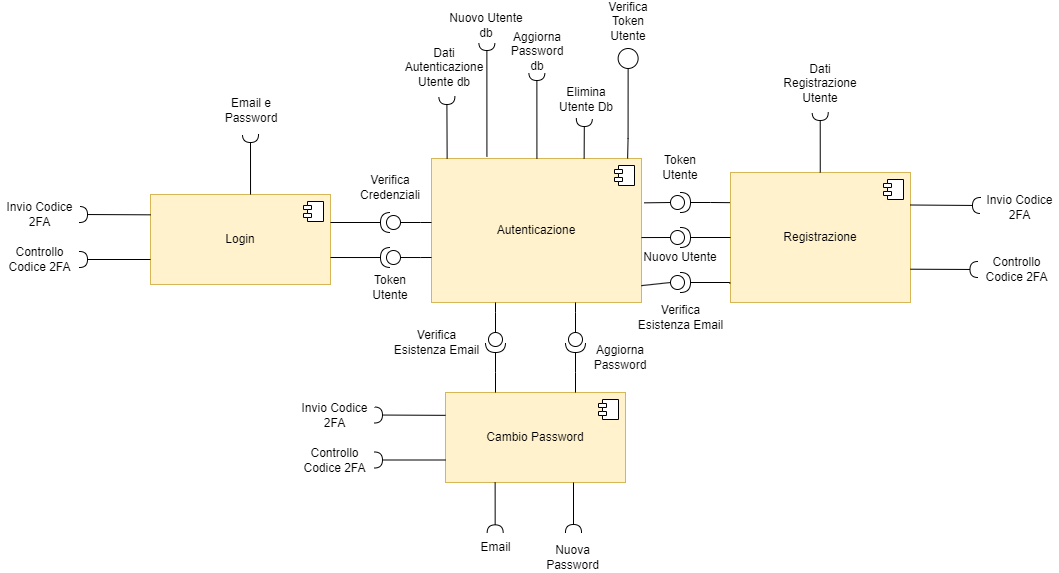
Above: second-deliverable/images/autenticazione_diagramma_dei_componenti.png in IS-FixMi/Documentation-Source (draw.io), before the change. Source tidied: cells renumbered, new cells last; positions are measured from the earlier drawing's top-left corner, leaving out a move shared by most shapes.
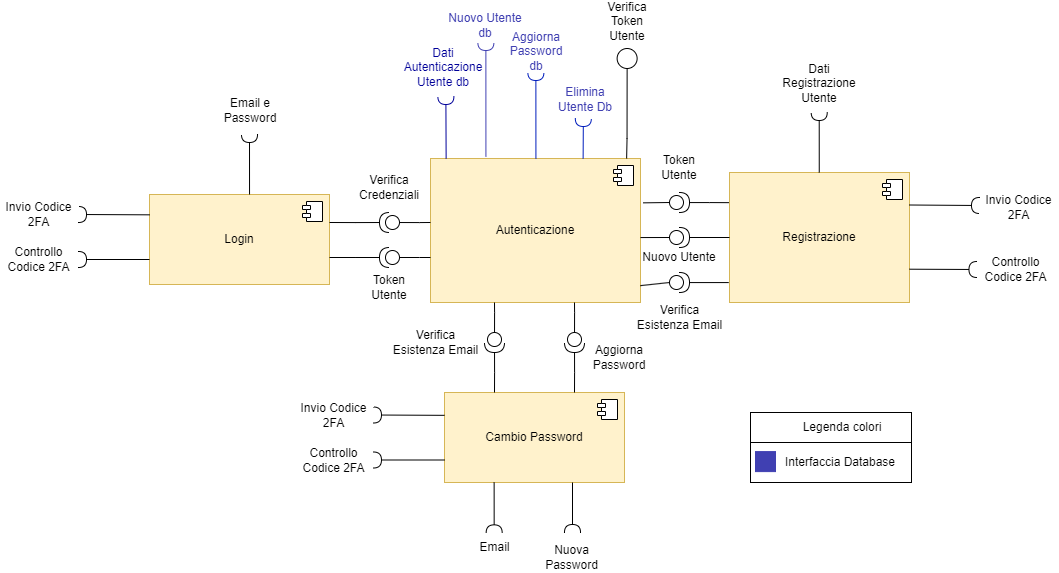
After the change.

Commit message:
Completate descrizioni UCD, Modificato diagramma di contesto

What changed in the source:
```diff
@@ -46,13 +46,13 @@
     <mxCell id="13" value="Token Utente" style="text;html=1;strokeColor=none;fillColor=none;align=center;verticalAlign=middle;whiteSpace=wrap;rounded=0;" parent="1" vertex="1">
       <mxGeometry x="650" y="146" width="60" height="30" as="geometry" />
     </mxCell>
-    <mxCell id="14" style="rounded=0;orthogonalLoop=1;jettySize=auto;html=1;endArrow=halfCircle;endFill=0;endSize=6;strokeWidth=1;sketch=0;fontSize=12;curved=1;" parent="1" edge="1">
+    <mxCell id="14" style="rounded=0;orthogonalLoop=1;jettySize=auto;html=1;endArrow=halfCircle;endFill=0;endSize=6;strokeWidth=1;sketch=0;fontSize=12;curved=1;fillColor=#0050ef;strokeColor=#000099;" parent="1" edge="1">
       <mxGeometry relative="1" as="geometry">
         <mxPoint x="446.6" y="152" as="sourcePoint" />
         <mxPoint x="446.4" y="90" as="targetPoint" />
       </mxGeometry>
     </mxCell>
-    <mxCell id="15" value="Dati&lt;br&gt;Autenticazione&lt;br&gt;Utente db" style="text;html=1;strokeColor=none;fillColor=none;align=center;verticalAlign=middle;whiteSpace=wrap;rounded=0;" parent="1" vertex="1">
+    <mxCell id="15" value="Dati&lt;br&gt;Autenticazione&lt;br&gt;Utente db" style="text;html=1;align=center;verticalAlign=middle;whiteSpace=wrap;rounded=0;fontColor=#000099;" parent="1" vertex="1">
       <mxGeometry x="403.9" y="42" width="80" height="38" as="geometry" />
     </mxCell>
     <mxCell id="16" style="edgeStyle=orthogonalEdgeStyle;rounded=0;jettySize=auto;html=1;endArrow=none;endFill=0;" parent="1" edge="1" source="18">
@@ -248,22 +248,22 @@
     <mxCell id="61" value="Verifica Token Utente" style="text;html=1;strokeColor=none;fillColor=none;align=center;verticalAlign=middle;whiteSpace=wrap;rounded=0;" parent="1" vertex="1">
       <mxGeometry x="597.6" width="60" height="30" as="geometry" />
     </mxCell>
-    <mxCell id="62" style="rounded=0;orthogonalLoop=1;jettySize=auto;html=1;endArrow=halfCircle;endFill=0;endSize=6;strokeWidth=1;sketch=0;fontSize=12;curved=1;exitX=0.328;exitY=0;exitDx=0;exitDy=0;exitPerimeter=0;" parent="1" edge="1">
+    <mxCell id="62" style="rounded=0;orthogonalLoop=1;jettySize=auto;html=1;endArrow=halfCircle;endFill=0;endSize=6;strokeWidth=1;sketch=0;fontSize=12;curved=1;exitX=0.328;exitY=0;exitDx=0;exitDy=0;exitPerimeter=0;fillColor=#0050ef;strokeColor=#4040b2;" parent="1" edge="1">
       <mxGeometry relative="1" as="geometry">
         <mxPoint x="486.4" y="150" as="sourcePoint" />
         <mxPoint x="486.4" y="36" as="targetPoint" />
       </mxGeometry>
     </mxCell>
-    <mxCell id="63" value="Nuovo Utente db" style="text;html=1;strokeColor=none;fillColor=none;align=center;verticalAlign=middle;whiteSpace=wrap;rounded=0;" parent="1" vertex="1">
+    <mxCell id="63" value="Nuovo Utente db" style="text;html=1;strokeColor=none;fillColor=none;align=center;verticalAlign=middle;whiteSpace=wrap;rounded=0;fontColor=#4040B2;" parent="1" vertex="1">
       <mxGeometry x="446.4" width="80" height="38" as="geometry" />
     </mxCell>
-    <mxCell id="64" style="rounded=0;orthogonalLoop=1;jettySize=auto;html=1;endArrow=halfCircle;endFill=0;endSize=6;strokeWidth=1;sketch=0;fontSize=12;curved=1;exitX=0.328;exitY=0;exitDx=0;exitDy=0;exitPerimeter=0;" parent="1" edge="1">
+    <mxCell id="64" style="rounded=0;orthogonalLoop=1;jettySize=auto;html=1;endArrow=halfCircle;endFill=0;endSize=6;strokeWidth=1;sketch=0;fontSize=12;curved=1;exitX=0.328;exitY=0;exitDx=0;exitDy=0;exitPerimeter=0;fillColor=#0050ef;strokeColor=#001DBC;" parent="1" edge="1">
       <mxGeometry relative="1" as="geometry">
         <mxPoint x="536.4" y="152" as="sourcePoint" />
         <mxPoint x="536.4" y="66" as="targetPoint" />
       </mxGeometry>
     </mxCell>
-    <mxCell id="65" value="Aggiorna&lt;br&gt;Password&lt;br&gt;db" style="text;html=1;strokeColor=none;fillColor=none;align=center;verticalAlign=middle;whiteSpace=wrap;rounded=0;" parent="1" vertex="1">
+    <mxCell id="65" value="Aggiorna&lt;br&gt;Password&lt;br&gt;db" style="text;html=1;strokeColor=none;fillColor=none;align=center;verticalAlign=middle;whiteSpace=wrap;rounded=0;fontColor=#4040B2;" parent="1" vertex="1">
       <mxGeometry x="497.4" y="26" width="80" height="38" as="geometry" />
     </mxCell>
     <mxCell id="66" style="endArrow=none;html=1;rounded=0;exitX=0;exitY=0.5;exitDx=0;exitDy=0;exitPerimeter=0;entryX=1.012;entryY=0.308;entryDx=0;entryDy=0;entryPerimeter=0;" parent="1" edge="1" source="11" target="2">
@@ -275,14 +275,31 @@
     <mxCell id="68" style="endArrow=none;html=1;rounded=0;entryX=0;entryY=0.5;entryDx=0;entryDy=0;entryPerimeter=0;exitX=0.999;exitY=0.883;exitDx=0;exitDy=0;exitPerimeter=0;" parent="1" edge="1" source="2" target="23">
       <mxGeometry relative="1" as="geometry" />
     </mxCell>
-    <mxCell id="69" style="rounded=0;orthogonalLoop=1;jettySize=auto;html=1;endArrow=halfCircle;endFill=0;endSize=6;strokeWidth=1;sketch=0;fontSize=12;curved=1;exitX=0.328;exitY=0;exitDx=0;exitDy=0;exitPerimeter=0;" parent="1" edge="1">
+    <mxCell id="69" style="rounded=0;orthogonalLoop=1;jettySize=auto;html=1;endArrow=halfCircle;endFill=0;endSize=6;strokeWidth=1;sketch=0;fontSize=12;curved=1;exitX=0.328;exitY=0;exitDx=0;exitDy=0;exitPerimeter=0;fillColor=#0050ef;strokeColor=#001DBC;" parent="1" edge="1">
       <mxGeometry relative="1" as="geometry">
         <mxPoint x="583.6" y="152" as="sourcePoint" />
         <mxPoint x="583.8" y="112" as="targetPoint" />
       </mxGeometry>
     </mxCell>
-    <mxCell id="70" value="Elimina Utente Db" style="text;html=1;strokeColor=none;fillColor=none;align=center;verticalAlign=middle;whiteSpace=wrap;rounded=0;" parent="1" vertex="1">
+    <mxCell id="70" value="Elimina Utente Db" style="text;html=1;strokeColor=none;fillColor=none;align=center;verticalAlign=middle;whiteSpace=wrap;rounded=0;fontColor=#4040B2;" parent="1" vertex="1">
       <mxGeometry x="546.4" y="74" width="80" height="38" as="geometry" />
     </mxCell>
+    <mxCell id="71" style="rounded=0;whiteSpace=wrap;html=1;" parent="1" vertex="1">
+      <mxGeometry x="751" y="406" width="161" height="70" as="geometry" />
+    </mxCell>
+    <mxCell id="72" style="rounded=0;whiteSpace=wrap;html=1;fontColor=#4040B2;strokeColor=#4040B2;fillColor=#4040B2;" parent="1" vertex="1">
+      <mxGeometry x="756" y="445.1" width="20" height="20" as="geometry" />
+    </mxCell>
+    <mxCell id="73" value="Interfaccia Database" style="text;html=1;strokeColor=none;fillColor=none;align=center;verticalAlign=middle;whiteSpace=wrap;rounded=0;" parent="1" vertex="1">
+      <mxGeometry x="781" y="441" width="120" height="30" as="geometry" />
+    </mxCell>
+    <mxCell id="74" value="Legenda colori" style="text;html=1;strokeColor=none;fillColor=none;align=center;verticalAlign=middle;whiteSpace=wrap;rounded=0;" parent="1" vertex="1">
+      <mxGeometry x="751" y="406" width="184.2" height="30" as="geometry" />
+    </mxCell>
+    <mxCell id="75" style="endArrow=none;html=1;rounded=0;exitX=0;exitY=1;exitDx=0;exitDy=0;" parent="1" edge="1" source="74">
+      <mxGeometry relative="1" as="geometry">
+        <mxPoint x="912" y="436" as="targetPoint" />
+      </mxGeometry>
+    </mxCell>
   </root>
 </mxGraphModel>
```
